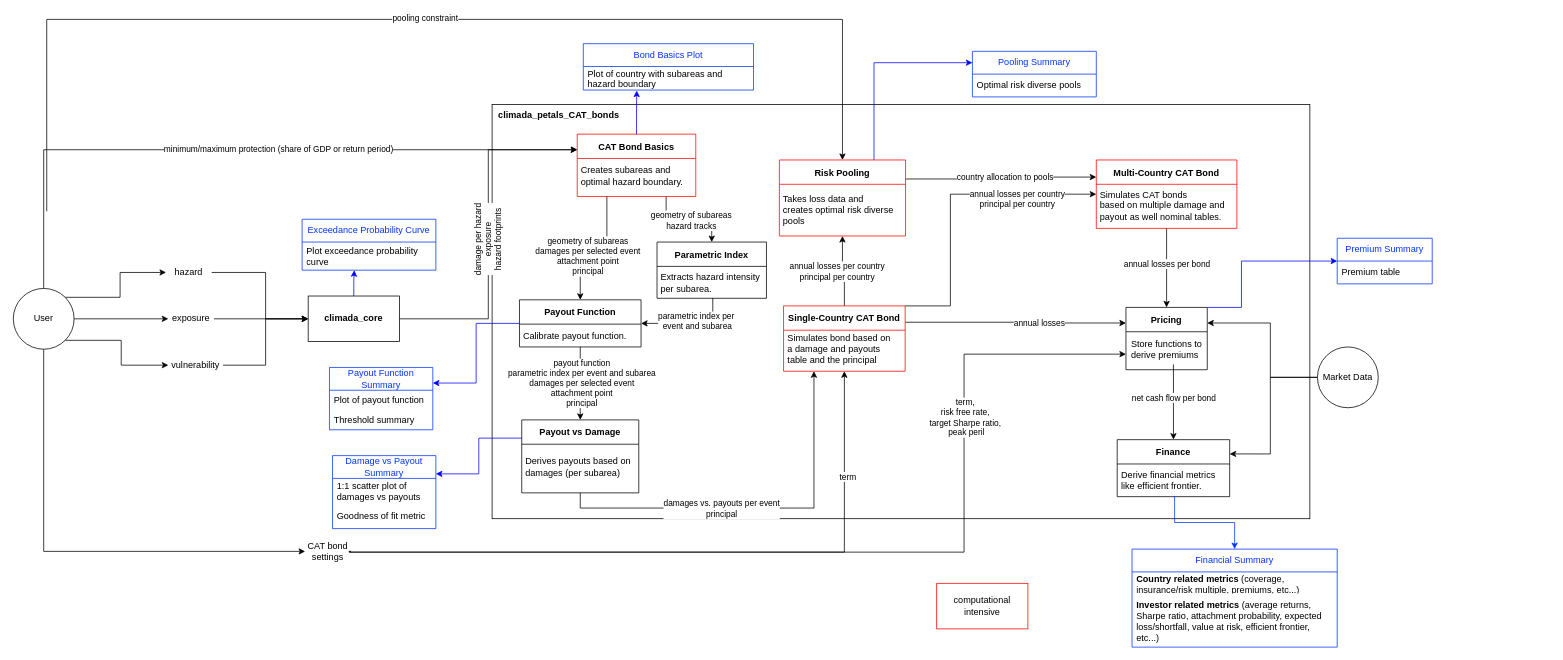
Earlier version of the draw.io diagram data_flow_climada_petals.drawio (KaiOBerg/master_thesis_cat_bonds). Source tidied: cells renumbered, new cells numbered last; positions are measured from the earlier drawing's top-left corner, leaving out a move shared by most shapes. Both pictures are drawn from the tidied source at 76%, with x=0, y=0 at pixel (13, 19).
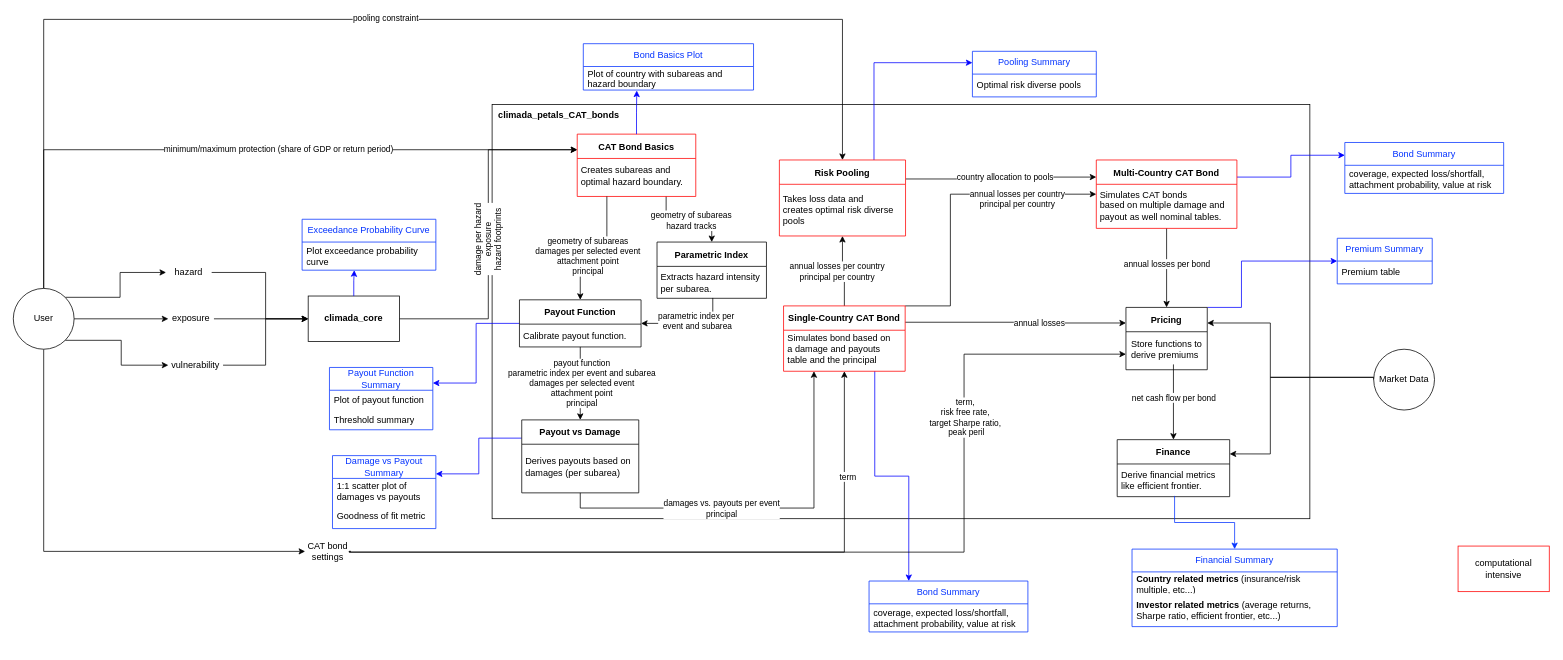
After the change.

The change refers to these unchanged cells:
```xml
<mxCell id="11" value="User" style="ellipse;whiteSpace=wrap;html=1;" parent="1" vertex="1">
  <mxGeometry y="354" width="80" height="80" as="geometry" />
</mxCell>
<mxCell id="23" value="Single-Country CAT Bond" style="swimlane;startSize=32;align=center;strokeColor=#FF0000;" parent="1" vertex="1">
  <mxGeometry x="1013.5" y="377" width="160" height="86" as="geometry" />
</mxCell>
<mxCell id="46" value="Risk Pooling" style="swimlane;startSize=32;align=center;strokeColor=#FF0000;" parent="1" vertex="1">
  <mxGeometry x="1008" y="185" width="166" height="100" as="geometry" />
</mxCell>
<mxCell id="58" value="Multi-Country CAT Bond" style="swimlane;startSize=32;align=center;strokeColor=#FF0000;" parent="1" vertex="1">
  <mxGeometry x="1425" y="185" width="185" height="90" as="geometry" />
</mxCell>
```

Diff of the diagram source:
```diff
@@
-    <mxCell id="9" style="edgeStyle=orthogonalEdgeStyle;rounded=0;jettySize=auto;html=1;exitX=0.5;exitY=0;exitDx=0;exitDy=0;entryX=0.5;entryY=0;entryDx=0;entryDy=0;" parent="1" edge="1" target="46">
+    <mxCell id="9" style="edgeStyle=orthogonalEdgeStyle;rounded=0;jettySize=auto;html=1;exitX=0.5;exitY=0;exitDx=0;exitDy=0;entryX=0.5;entryY=0;entryDx=0;entryDy=0;" parent="1" edge="1" source="11" target="46">
       <mxGeometry relative="1" as="geometry">
-        <mxPoint x="44" y="252.5" as="sourcePoint" />
         <Array as="points">
-          <mxPoint x="44" />
+          <mxPoint x="40" />
           <mxPoint x="1091" />
         </Array>
       </mxGeometry>
     </mxCell>
@@
+    <mxCell id="95" style="edgeStyle=orthogonalEdgeStyle;rounded=0;jettySize=auto;html=1;exitX=0.75;exitY=1;exitDx=0;exitDy=0;entryX=0.25;entryY=0;entryDx=0;entryDy=0;strokeColor=#0000FF;" parent="1" edge="1" source="23" target="99">
+      <mxGeometry relative="1" as="geometry" />
+    </mxCell>
@@
     <mxCell id="57" value="computational intensive" style="rounded=0;whiteSpace=wrap;html=1;fillColor=none;strokeColor=#FF0000;" parent="1" vertex="1">
-      <mxGeometry x="1215" y="742" width="120" height="60" as="geometry" />
+      <mxGeometry x="1901" y="693" width="120" height="60" as="geometry" />
     </mxCell>
+    <mxCell id="96" style="edgeStyle=orthogonalEdgeStyle;rounded=0;jettySize=auto;html=1;exitX=1;exitY=0.25;exitDx=0;exitDy=0;entryX=0;entryY=0.25;entryDx=0;entryDy=0;strokeColor=#0000FF;" parent="1" edge="1" source="58" target="97">
+      <mxGeometry relative="1" as="geometry" />
+    </mxCell>
@@
     <mxCell id="65" value="Market Data" style="ellipse;whiteSpace=wrap;html=1;" parent="1" vertex="1">
-      <mxGeometry x="1716" y="431" width="80" height="80" as="geometry" />
+      <mxGeometry x="1790" y="434" width="80" height="80" as="geometry" />
     </mxCell>
@@
     <mxCell id="75" value="Financial Summary" style="swimlane;fontStyle=0;horizontal=1;startSize=30;whiteSpace=wrap;html=1;fontColor=light-dark(#0433ff, #ededed);strokeColor=light-dark(#0433ff, #ededed);" parent="1" vertex="1">
-      <mxGeometry x="1472" y="697" width="270" height="129" as="geometry" />
+      <mxGeometry x="1472" y="697" width="270" height="102" as="geometry" />
     </mxCell>
-    <mxCell id="76" value="&lt;b&gt;Country related metrics&lt;/b&gt; (coverage, insurance/risk multiple, premiums, etc...)" style="text;strokeColor=none;fillColor=none;align=left;verticalAlign=middle;spacingLeft=4;spacingRight=4;overflow=hidden;whiteSpace=wrap;html=1;" parent="75" vertex="1">
+    <mxCell id="76" value="&lt;b&gt;Country related metrics&lt;/b&gt; (insurance/risk multiple, etc...)" style="text;strokeColor=none;fillColor=none;align=left;verticalAlign=middle;spacingLeft=4;spacingRight=4;overflow=hidden;whiteSpace=wrap;html=1;" parent="75" vertex="1">
       <mxGeometry y="30" width="270" height="30" as="geometry" />
     </mxCell>
-    <mxCell id="77" value="&lt;b&gt;Investor related metrics&lt;/b&gt; (average returns, Sharpe ratio, attachment probability, expected loss/shortfall, value at risk, efficient frontier, etc...)" style="text;strokeColor=none;fillColor=none;align=left;verticalAlign=middle;spacingLeft=4;spacingRight=4;overflow=hidden;whiteSpace=wrap;html=1;" parent="75" vertex="1">
-      <mxGeometry y="60" width="270" height="69" as="geometry" />
+    <mxCell id="77" value="&lt;b&gt;Investor related metrics&lt;/b&gt; (average returns, Sharpe ratio, efficient frontier, etc...)" style="text;strokeColor=none;fillColor=none;align=left;verticalAlign=middle;spacingLeft=4;spacingRight=4;overflow=hidden;whiteSpace=wrap;html=1;" parent="75" vertex="1">
+      <mxGeometry y="60" width="270" height="42" as="geometry" />
     </mxCell>
@@
+    <mxCell id="97" value="Bond Summary" style="swimlane;fontStyle=0;horizontal=1;startSize=30;whiteSpace=wrap;html=1;fontColor=light-dark(#0433ff, #ededed);strokeColor=light-dark(#0433ff, #ededed);" parent="1" vertex="1">
+      <mxGeometry x="1752" y="162" width="209" height="67" as="geometry" />
+    </mxCell>
+    <mxCell id="98" value="coverage, expected loss/shortfall, attachment probability, value at risk" style="text;strokeColor=none;fillColor=none;align=left;verticalAlign=middle;spacingLeft=4;spacingRight=4;overflow=hidden;whiteSpace=wrap;html=1;" parent="97" vertex="1">
+      <mxGeometry y="30" width="209" height="37" as="geometry" />
+    </mxCell>
+    <mxCell id="99" value="Bond Summary" style="swimlane;fontStyle=0;horizontal=1;startSize=30;whiteSpace=wrap;html=1;fontColor=light-dark(#0433ff, #ededed);strokeColor=light-dark(#0433ff, #ededed);" parent="1" vertex="1">
+      <mxGeometry x="1126" y="739" width="209" height="67" as="geometry" />
+    </mxCell>
+    <mxCell id="100" value="coverage, expected loss/shortfall, attachment probability, value at risk" style="text;strokeColor=none;fillColor=none;align=left;verticalAlign=middle;spacingLeft=4;spacingRight=4;overflow=hidden;whiteSpace=wrap;html=1;" parent="99" vertex="1">
+      <mxGeometry y="30" width="209" height="37" as="geometry" />
+    </mxCell>
```
